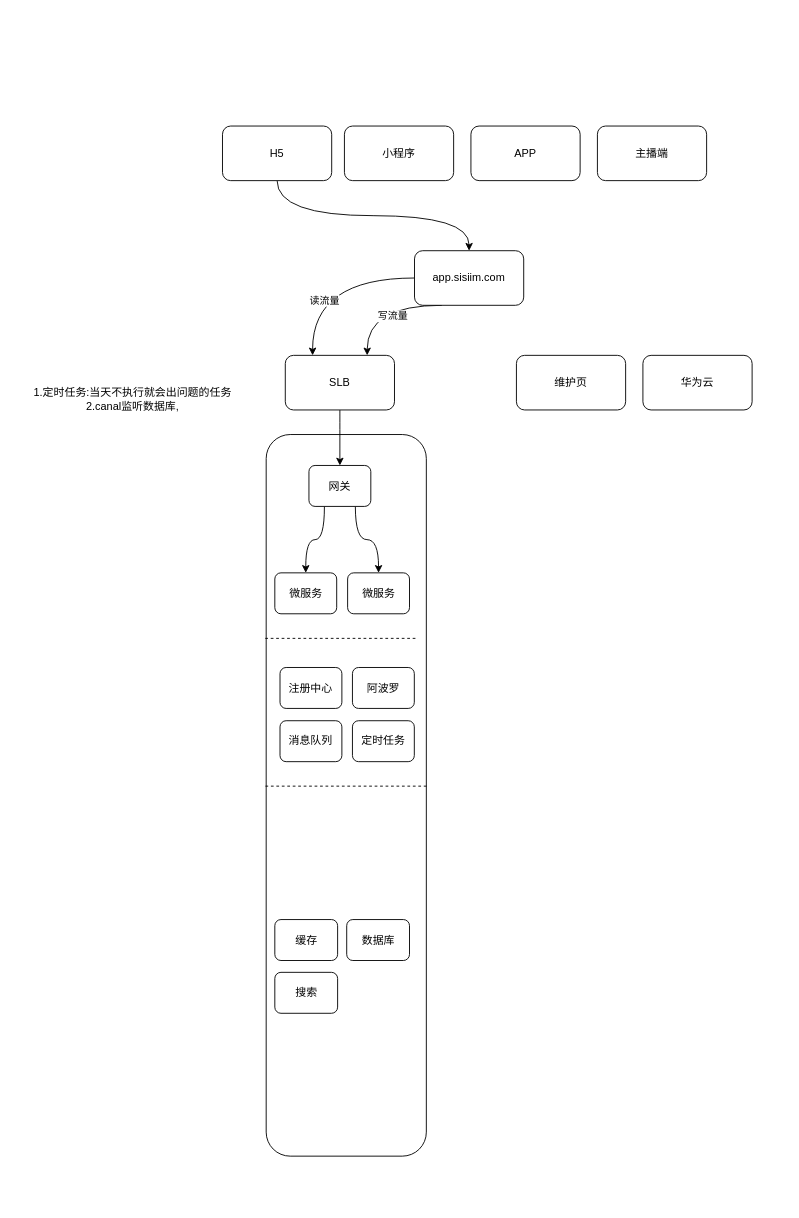
Above: 直播迁移实施方案.drawio in mingtian110/pc_home (draw.io), before the change. Source tidied: cells renumbered, new cells numbered last; positions are measured from the earlier drawing's top-left corner, leaving out a move shared by most shapes. Both pictures are drawn from the tidied source at 91%, with x=0, y=0 at pixel (15, 126).
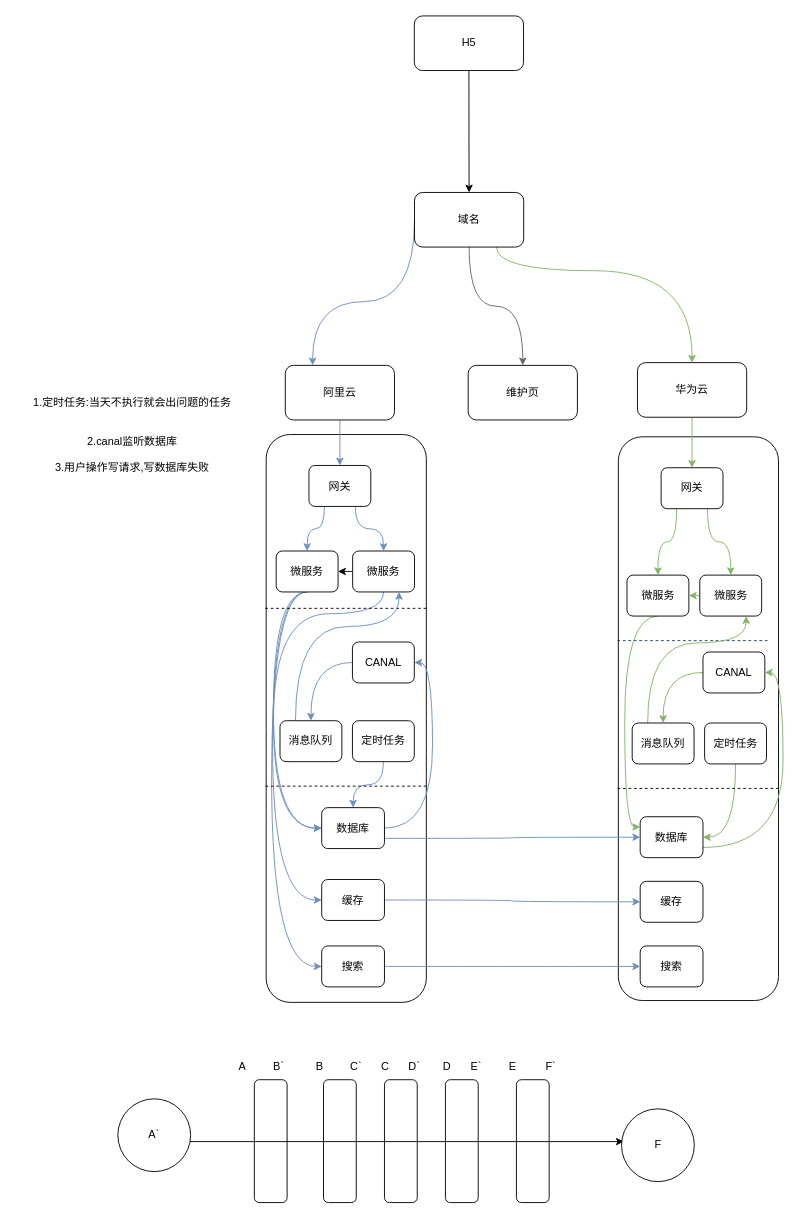
The same diagram, later.

Commit message (it also covers changes not shown here):
更新直播迁移实施方案.drawio

The change refers to these unchanged cells:
```xml
<mxCell id="21" value="网关" style="rounded=1;whiteSpace=wrap;html=1;" parent="1" vertex="1">
  <mxGeometry x="322" y="373" width="68" height="45" as="geometry" />
</mxCell>
<mxCell id="25" value="消息队列" style="rounded=1;whiteSpace=wrap;html=1;" parent="1" vertex="1">
  <mxGeometry x="290.2" y="653.5" width="68" height="45" as="geometry" />
</mxCell>
<mxCell id="26" value="&lt;span&gt;定时任务&lt;/span&gt;" style="rounded=1;whiteSpace=wrap;html=1;" parent="1" vertex="1">
  <mxGeometry x="369.8" y="653.5" width="68" height="45" as="geometry" />
</mxCell>
```

Diff of the diagram source:
```diff
@@
+    <mxCell id="32" style="rounded=1;whiteSpace=wrap;html=1;" parent="1" vertex="1">
+      <mxGeometry x="662" y="341.5" width="176" height="619.5" as="geometry" />
+    </mxCell>
     <mxCell id="2" style="rounded=1;whiteSpace=wrap;html=1;" parent="1" vertex="1">
-      <mxGeometry x="275" y="339" width="176" height="793" as="geometry" />
+      <mxGeometry x="275" y="339" width="176" height="624" as="geometry" />
     </mxCell>
-    <mxCell id="3" style="edgeStyle=orthogonalEdgeStyle;jettySize=auto;html=1;exitX=0;exitY=0.5;exitDx=0;exitDy=0;curved=1;entryX=0.25;entryY=0;entryDx=0;entryDy=0;" parent="1" edge="1" source="7" target="9">
-      <mxGeometry relative="1" as="geometry" />
+    <mxCell id="3" style="edgeStyle=orthogonalEdgeStyle;jettySize=auto;html=1;exitX=0;exitY=0.5;exitDx=0;exitDy=0;curved=1;entryX=0.25;entryY=0;entryDx=0;entryDy=0;fillColor=#dae8fc;strokeColor=#6c8ebf;" parent="1" edge="1" source="7" target="9">
+      <mxGeometry relative="1" as="geometry">
+        <Array as="points">
+          <mxPoint x="438" y="193" />
+          <mxPoint x="326" y="193" />
+        </Array>
+      </mxGeometry>
     </mxCell>
-    <mxCell id="4" value="读流量" style="edgeLabel;html=1;align=center;verticalAlign=middle;" parent="3" vertex="1">
-      <mxGeometry x="0.38" y="12" relative="1" as="geometry" />
-    </mxCell>
-    <mxCell id="5" style="edgeStyle=orthogonalEdgeStyle;curved=1;jettySize=auto;html=1;exitX=0.25;exitY=1;exitDx=0;exitDy=0;entryX=0.75;entryY=0;entryDx=0;entryDy=0;" parent="1" edge="1" source="7" target="9">
-      <mxGeometry relative="1" as="geometry">
-        <Array as="points">
-          <mxPoint x="386" y="197" />
-        </Array>
-      </mxGeometry>
-    </mxCell>
-    <mxCell id="6" value="写流量" style="edgeLabel;html=1;align=center;verticalAlign=middle;" parent="5" vertex="1">
-      <mxGeometry x="-0.19" y="11" relative="1" as="geometry" />
-    </mxCell>
+    <mxCell id="33" style="edgeStyle=orthogonalEdgeStyle;curved=1;jettySize=auto;html=1;exitX=0.5;exitY=1;exitDx=0;exitDy=0;entryX=0.5;entryY=0;entryDx=0;entryDy=0;fillColor=#f5f5f5;strokeColor=#666666;" parent="1" edge="1" source="7" target="10">
+      <mxGeometry relative="1" as="geometry" />
+    </mxCell>
+    <mxCell id="34" style="edgeStyle=orthogonalEdgeStyle;curved=1;jettySize=auto;html=1;exitX=0.75;exitY=1;exitDx=0;exitDy=0;entryX=0.5;entryY=0;entryDx=0;entryDy=0;fillColor=#d5e8d4;strokeColor=#82b366;" parent="1" edge="1" source="7" target="11">
+      <mxGeometry relative="1" as="geometry">
+        <Array as="points">
+          <mxPoint x="528" y="159" />
+          <mxPoint x="743" y="159" />
+        </Array>
+      </mxGeometry>
+    </mxCell>
-    <mxCell id="7" value="app.sisiim.com" style="rounded=1;whiteSpace=wrap;html=1;" parent="1" vertex="1">
-      <mxGeometry x="438" y="137" width="120" height="60" as="geometry" />
+    <mxCell id="7" value="域名" style="rounded=1;whiteSpace=wrap;html=1;" parent="1" vertex="1">
+      <mxGeometry x="438" y="73" width="120" height="60" as="geometry" />
     </mxCell>
-    <mxCell id="8" style="edgeStyle=orthogonalEdgeStyle;curved=1;jettySize=auto;html=1;exitX=0.5;exitY=1;exitDx=0;exitDy=0;" parent="1" edge="1" source="9" target="21">
+    <mxCell id="8" style="edgeStyle=orthogonalEdgeStyle;curved=1;jettySize=auto;html=1;exitX=0.5;exitY=1;exitDx=0;exitDy=0;fillColor=#dae8fc;strokeColor=#6c8ebf;" parent="1" edge="1" source="9" target="21">
       <mxGeometry relative="1" as="geometry" />
     </mxCell>
-    <mxCell id="9" value="SLB" style="rounded=1;whiteSpace=wrap;html=1;" parent="1" vertex="1">
-      <mxGeometry x="296" y="252" width="120" height="60" as="geometry" />
+    <mxCell id="9" value="阿里云" style="rounded=1;whiteSpace=wrap;html=1;" parent="1" vertex="1">
+      <mxGeometry x="296" y="263" width="120" height="60" as="geometry" />
     </mxCell>
     <mxCell id="10" value="维护页" style="rounded=1;whiteSpace=wrap;html=1;" parent="1" vertex="1">
-      <mxGeometry x="550" y="252" width="120" height="60" as="geometry" />
+      <mxGeometry x="497" y="263" width="120" height="60" as="geometry" />
     </mxCell>
+    <mxCell id="35" style="edgeStyle=orthogonalEdgeStyle;curved=1;jettySize=auto;html=1;exitX=0.5;exitY=1;exitDx=0;exitDy=0;entryX=0.5;entryY=0;entryDx=0;entryDy=0;fillColor=#d5e8d4;strokeColor=#82b366;" parent="1" edge="1" source="11" target="53">
+      <mxGeometry relative="1" as="geometry" />
+    </mxCell>
     <mxCell id="11" value="华为云" style="rounded=1;whiteSpace=wrap;html=1;" parent="1" vertex="1">
-      <mxGeometry x="689" y="252" width="120" height="60" as="geometry" />
+      <mxGeometry x="683" y="260" width="120" height="60" as="geometry" />
     </mxCell>
@@
     <mxCell id="13" value="H5" style="rounded=1;whiteSpace=wrap;html=1;" parent="1" vertex="1">
-      <mxGeometry x="227" width="120" height="60" as="geometry" />
+      <mxGeometry x="437.8" y="-121" width="120" height="60" as="geometry" />
     </mxCell>
-    <mxCell id="14" value="小程序" style="rounded=1;whiteSpace=wrap;html=1;" parent="1" vertex="1">
-      <mxGeometry x="361" width="120" height="60" as="geometry" />
-    </mxCell>
-    <mxCell id="15" value="APP" style="rounded=1;whiteSpace=wrap;html=1;" parent="1" vertex="1">
-      <mxGeometry x="500" width="120" height="60" as="geometry" />
-    </mxCell>
-    <mxCell id="16" value="主播端" style="rounded=1;whiteSpace=wrap;html=1;" parent="1" vertex="1">
-      <mxGeometry x="639" width="120" height="60" as="geometry" />
-    </mxCell>
+    <mxCell id="36" style="edgeStyle=orthogonalEdgeStyle;curved=1;jettySize=auto;html=1;exitX=0.5;exitY=1;exitDx=0;exitDy=0;entryX=0;entryY=0.5;entryDx=0;entryDy=0;fillColor=#dae8fc;strokeColor=#6c8ebf;" parent="1" edge="1" source="17" target="30">
+      <mxGeometry relative="1" as="geometry">
+        <Array as="points">
+          <mxPoint x="283" y="512" />
+          <mxPoint x="283" y="772" />
+        </Array>
+      </mxGeometry>
+    </mxCell>
+    <mxCell id="37" style="edgeStyle=orthogonalEdgeStyle;curved=1;jettySize=auto;html=1;exitX=0.5;exitY=1;exitDx=0;exitDy=0;entryX=0;entryY=0.5;entryDx=0;entryDy=0;strokeColor=#6c8ebf;fillColor=#dae8fc;" parent="1" edge="1" source="17" target="29">
+      <mxGeometry relative="1" as="geometry">
+        <Array as="points">
+          <mxPoint x="282" y="512" />
+          <mxPoint x="282" y="851" />
+        </Array>
+      </mxGeometry>
+    </mxCell>
+    <mxCell id="38" style="edgeStyle=orthogonalEdgeStyle;curved=1;jettySize=auto;html=1;exitX=0.5;exitY=1;exitDx=0;exitDy=0;entryX=0;entryY=0.5;entryDx=0;entryDy=0;strokeColor=#6c8ebf;fillColor=#dae8fc;" parent="1" edge="1" source="17" target="31">
+      <mxGeometry relative="1" as="geometry">
+        <Array as="points">
+          <mxPoint x="281" y="512" />
+          <mxPoint x="281" y="924" />
+        </Array>
+      </mxGeometry>
+    </mxCell>
     <mxCell id="17" value="微服务" style="rounded=1;whiteSpace=wrap;html=1;" parent="1" vertex="1">
-      <mxGeometry x="284.5" y="491" width="68" height="45" as="geometry" />
+      <mxGeometry x="286" y="467" width="68" height="45" as="geometry" />
     </mxCell>
+    <mxCell id="39" style="edgeStyle=orthogonalEdgeStyle;curved=1;jettySize=auto;html=1;exitX=0.5;exitY=1;exitDx=0;exitDy=0;entryX=0;entryY=0.5;entryDx=0;entryDy=0;fillColor=#dae8fc;strokeColor=#6c8ebf;" parent="1" edge="1" source="18" target="30">
+      <mxGeometry relative="1" as="geometry">
+        <Array as="points">
+          <mxPoint x="283" y="536" />
+          <mxPoint x="283" y="772" />
+        </Array>
+      </mxGeometry>
+    </mxCell>
+    <mxCell id="40" style="edgeStyle=orthogonalEdgeStyle;curved=1;jettySize=auto;html=1;exitX=0;exitY=0.5;exitDx=0;exitDy=0;entryX=1;entryY=0.5;entryDx=0;entryDy=0;" parent="1" edge="1" source="18" target="17">
+      <mxGeometry relative="1" as="geometry" />
+    </mxCell>
     <mxCell id="18" value="微服务" style="rounded=1;whiteSpace=wrap;html=1;" parent="1" vertex="1">
-      <mxGeometry x="364.5" y="491" width="68" height="45" as="geometry" />
+      <mxGeometry x="370" y="467" width="68" height="45" as="geometry" />
     </mxCell>
-    <mxCell id="19" style="edgeStyle=orthogonalEdgeStyle;curved=1;jettySize=auto;html=1;exitX=0.75;exitY=1;exitDx=0;exitDy=0;entryX=0.5;entryY=0;entryDx=0;entryDy=0;" parent="1" edge="1" source="21" target="18">
+    <mxCell id="19" style="edgeStyle=orthogonalEdgeStyle;curved=1;jettySize=auto;html=1;exitX=0.75;exitY=1;exitDx=0;exitDy=0;entryX=0.5;entryY=0;entryDx=0;entryDy=0;fillColor=#dae8fc;strokeColor=#6c8ebf;" parent="1" edge="1" source="21" target="18">
       <mxGeometry relative="1" as="geometry" />
     </mxCell>
-    <mxCell id="20" style="edgeStyle=orthogonalEdgeStyle;curved=1;jettySize=auto;html=1;exitX=0.25;exitY=1;exitDx=0;exitDy=0;entryX=0.5;entryY=0;entryDx=0;entryDy=0;" parent="1" edge="1" source="21" target="17">
+    <mxCell id="20" style="edgeStyle=orthogonalEdgeStyle;curved=1;jettySize=auto;html=1;exitX=0.25;exitY=1;exitDx=0;exitDy=0;entryX=0.5;entryY=0;entryDx=0;entryDy=0;fillColor=#dae8fc;strokeColor=#6c8ebf;" parent="1" edge="1" source="21" target="17">
       <mxGeometry relative="1" as="geometry" />
     </mxCell>
@@
     <mxCell id="22" style="endArrow=none;dashed=1;html=1;" parent="1" edge="1">
       <mxGeometry relative="1" as="geometry">
-        <mxPoint x="274" y="563" as="sourcePoint" />
-        <mxPoint x="441" y="563" as="targetPoint" />
+        <mxPoint x="274" y="530" as="sourcePoint" />
+        <mxPoint x="453" y="530" as="targetPoint" />
       </mxGeometry>
     </mxCell>
-    <mxCell id="23" value="注册中心" style="rounded=1;whiteSpace=wrap;html=1;" parent="1" vertex="1">
-      <mxGeometry x="290.2" y="595" width="68" height="45" as="geometry" />
-    </mxCell>
-    <mxCell id="24" value="阿波罗" style="rounded=1;whiteSpace=wrap;html=1;" parent="1" vertex="1">
-      <mxGeometry x="369.8" y="595" width="68" height="45" as="geometry" />
-    </mxCell>
+    <mxCell id="41" style="edgeStyle=orthogonalEdgeStyle;curved=1;jettySize=auto;html=1;exitX=0.25;exitY=0;exitDx=0;exitDy=0;entryX=0.75;entryY=1;entryDx=0;entryDy=0;fillColor=#dae8fc;strokeColor=#6c8ebf;" parent="1" edge="1" source="25" target="18">
+      <mxGeometry relative="1" as="geometry">
+        <Array as="points">
+          <mxPoint x="307" y="550" />
+          <mxPoint x="421" y="550" />
+        </Array>
+      </mxGeometry>
+    </mxCell>
@@
+    <mxCell id="42" style="edgeStyle=orthogonalEdgeStyle;curved=1;jettySize=auto;html=1;exitX=0.5;exitY=1;exitDx=0;exitDy=0;entryX=0.5;entryY=0;entryDx=0;entryDy=0;fillColor=#dae8fc;strokeColor=#6c8ebf;" parent="1" edge="1" source="26" target="30">
+      <mxGeometry relative="1" as="geometry" />
+    </mxCell>
@@
-    <mxCell id="28" value="1.定时任务:当天不执行就会出问题的任务&lt;br&gt;2.canal监听数据库," style="text;html=1;strokeColor=none;fillColor=none;align=center;verticalAlign=middle;whiteSpace=wrap;rounded=0;" parent="1" vertex="1">
-      <mxGeometry y="275" width="257" height="50" as="geometry" />
+    <mxCell id="28" value="1.定时任务:当天不执行就会出问题的任务&lt;br&gt;&lt;br&gt;&lt;br&gt;2.canal监听数据库&lt;br&gt;&lt;br&gt;3.用户操作写请求,写数据库失败&lt;br&gt;&lt;br&gt;" style="text;html=1;strokeColor=none;fillColor=none;align=center;verticalAlign=middle;whiteSpace=wrap;rounded=0;" parent="1" vertex="1">
+      <mxGeometry y="275" width="256" height="143" as="geometry" />
     </mxCell>
+    <mxCell id="43" style="edgeStyle=orthogonalEdgeStyle;curved=1;jettySize=auto;html=1;exitX=1;exitY=0.5;exitDx=0;exitDy=0;entryX=0;entryY=0.5;entryDx=0;entryDy=0;fillColor=#dae8fc;strokeColor=#6c8ebf;" parent="1" edge="1" source="29" target="60">
+      <mxGeometry relative="1" as="geometry" />
+    </mxCell>
     <mxCell id="29" value="缓存" style="rounded=1;whiteSpace=wrap;html=1;" parent="1" vertex="1">
-      <mxGeometry x="284.5" y="872" width="69" height="45" as="geometry" />
+      <mxGeometry x="336" y="828" width="69" height="45" as="geometry" />
     </mxCell>
+    <mxCell id="44" style="edgeStyle=orthogonalEdgeStyle;curved=1;jettySize=auto;html=1;exitX=1;exitY=0.5;exitDx=0;exitDy=0;entryX=1;entryY=0.5;entryDx=0;entryDy=0;fillColor=#dae8fc;strokeColor=#6c8ebf;" parent="1" edge="1" source="30" target="65">
+      <mxGeometry relative="1" as="geometry" />
+    </mxCell>
+    <mxCell id="45" style="edgeStyle=orthogonalEdgeStyle;curved=1;jettySize=auto;html=1;exitX=1;exitY=0.75;exitDx=0;exitDy=0;entryX=0;entryY=0.5;entryDx=0;entryDy=0;fillColor=#dae8fc;strokeColor=#6c8ebf;" parent="1" edge="1" source="30" target="62">
+      <mxGeometry relative="1" as="geometry" />
+    </mxCell>
     <mxCell id="30" value="数据库" style="rounded=1;whiteSpace=wrap;html=1;" parent="1" vertex="1">
-      <mxGeometry x="363.5" y="872" width="69" height="45" as="geometry" />
+      <mxGeometry x="336" y="749" width="69" height="45" as="geometry" />
     </mxCell>
+    <mxCell id="46" style="edgeStyle=orthogonalEdgeStyle;curved=1;jettySize=auto;html=1;exitX=1;exitY=0.5;exitDx=0;exitDy=0;entryX=0;entryY=0.5;entryDx=0;entryDy=0;fillColor=#dae8fc;strokeColor=#6c8ebf;" parent="1" edge="1" source="31" target="63">
+      <mxGeometry relative="1" as="geometry" />
+    </mxCell>
     <mxCell id="31" value="搜索" style="rounded=1;whiteSpace=wrap;html=1;" parent="1" vertex="1">
-      <mxGeometry x="284.5" y="930" width="69" height="45" as="geometry" />
+      <mxGeometry x="336" y="901" width="69" height="45" as="geometry" />
     </mxCell>
+    <mxCell id="47" style="edgeStyle=orthogonalEdgeStyle;curved=1;jettySize=auto;html=1;exitX=0.5;exitY=1;exitDx=0;exitDy=0;entryX=0;entryY=0.25;entryDx=0;entryDy=0;fillColor=#d5e8d4;strokeColor=#82b366;" parent="1" edge="1" source="48" target="62">
+      <mxGeometry relative="1" as="geometry">
+        <Array as="points">
+          <mxPoint x="669" y="539" />
+          <mxPoint x="669" y="770" />
+        </Array>
+      </mxGeometry>
+    </mxCell>
+    <mxCell id="48" value="微服务" style="rounded=1;whiteSpace=wrap;html=1;" parent="1" vertex="1">
+      <mxGeometry x="671.5" y="493.5" width="68" height="45" as="geometry" />
+    </mxCell>
+    <mxCell id="49" style="edgeStyle=orthogonalEdgeStyle;curved=1;jettySize=auto;html=1;exitX=0;exitY=0.5;exitDx=0;exitDy=0;entryX=1;entryY=0.5;entryDx=0;entryDy=0;fillColor=#d5e8d4;strokeColor=#82b366;" parent="1" edge="1" source="50" target="48">
+      <mxGeometry relative="1" as="geometry" />
+    </mxCell>
+    <mxCell id="50" value="微服务" style="rounded=1;whiteSpace=wrap;html=1;" parent="1" vertex="1">
+      <mxGeometry x="751.5" y="493.5" width="68" height="45" as="geometry" />
+    </mxCell>
+    <mxCell id="51" style="edgeStyle=orthogonalEdgeStyle;curved=1;jettySize=auto;html=1;exitX=0.75;exitY=1;exitDx=0;exitDy=0;entryX=0.5;entryY=0;entryDx=0;entryDy=0;fillColor=#d5e8d4;strokeColor=#82b366;" parent="1" edge="1" source="53" target="50">
+      <mxGeometry relative="1" as="geometry" />
+    </mxCell>
+    <mxCell id="52" style="edgeStyle=orthogonalEdgeStyle;curved=1;jettySize=auto;html=1;exitX=0.25;exitY=1;exitDx=0;exitDy=0;entryX=0.5;entryY=0;entryDx=0;entryDy=0;fillColor=#d5e8d4;strokeColor=#82b366;" parent="1" edge="1" source="53" target="48">
+      <mxGeometry relative="1" as="geometry" />
+    </mxCell>
+    <mxCell id="53" value="网关" style="rounded=1;whiteSpace=wrap;html=1;" parent="1" vertex="1">
+      <mxGeometry x="709" y="375.5" width="68" height="45" as="geometry" />
+    </mxCell>
+    <mxCell id="54" style="endArrow=none;dashed=1;html=1;fillColor=#d5e8d4;strokeColor=#1D3557;" parent="1" edge="1">
+      <mxGeometry relative="1" as="geometry">
+        <mxPoint x="661" y="565.5" as="sourcePoint" />
+        <mxPoint x="828" y="565.5" as="targetPoint" />
+      </mxGeometry>
+    </mxCell>
+    <mxCell id="55" style="edgeStyle=orthogonalEdgeStyle;curved=1;jettySize=auto;html=1;exitX=0.25;exitY=0;exitDx=0;exitDy=0;entryX=0.75;entryY=1;entryDx=0;entryDy=0;fillColor=#d5e8d4;strokeColor=#82b366;" parent="1" edge="1" source="56" target="50">
+      <mxGeometry relative="1" as="geometry">
+        <Array as="points">
+          <mxPoint x="694" y="568" />
+          <mxPoint x="803" y="568" />
+        </Array>
+      </mxGeometry>
+    </mxCell>
+    <mxCell id="56" value="消息队列" style="rounded=1;whiteSpace=wrap;html=1;" parent="1" vertex="1">
+      <mxGeometry x="677.2" y="656" width="68" height="45" as="geometry" />
+    </mxCell>
+    <mxCell id="57" style="edgeStyle=orthogonalEdgeStyle;curved=1;jettySize=auto;html=1;exitX=0.5;exitY=1;exitDx=0;exitDy=0;entryX=1;entryY=0.5;entryDx=0;entryDy=0;fillColor=#d5e8d4;strokeColor=#82b366;" parent="1" edge="1" source="58" target="62">
+      <mxGeometry relative="1" as="geometry" />
+    </mxCell>
+    <mxCell id="58" value="&lt;span&gt;定时任务&lt;/span&gt;" style="rounded=1;whiteSpace=wrap;html=1;" parent="1" vertex="1">
+      <mxGeometry x="756.8" y="656" width="68" height="45" as="geometry" />
+    </mxCell>
+    <mxCell id="59" style="endArrow=none;dashed=1;html=1;entryX=1;entryY=0.399;entryDx=0;entryDy=0;entryPerimeter=0;exitX=-0.01;exitY=0.399;exitDx=0;exitDy=0;exitPerimeter=0;" parent="1" edge="1">
+      <mxGeometry relative="1" as="geometry">
+        <mxPoint x="661.2" y="727.9" as="sourcePoint" />
+        <mxPoint x="839" y="727.9" as="targetPoint" />
+      </mxGeometry>
+    </mxCell>
+    <mxCell id="60" value="缓存" style="rounded=1;whiteSpace=wrap;html=1;" parent="1" vertex="1">
+      <mxGeometry x="686" y="830" width="69" height="45" as="geometry" />
+    </mxCell>
+    <mxCell id="61" style="edgeStyle=orthogonalEdgeStyle;curved=1;jettySize=auto;html=1;exitX=1;exitY=0.75;exitDx=0;exitDy=0;entryX=1;entryY=0.5;entryDx=0;entryDy=0;fillColor=#d5e8d4;strokeColor=#82b366;" parent="1" edge="1" source="62" target="85">
+      <mxGeometry relative="1" as="geometry" />
+    </mxCell>
+    <mxCell id="62" value="数据库" style="rounded=1;whiteSpace=wrap;html=1;" parent="1" vertex="1">
+      <mxGeometry x="686" y="759" width="69" height="45" as="geometry" />
+    </mxCell>
+    <mxCell id="63" value="搜索" style="rounded=1;whiteSpace=wrap;html=1;" parent="1" vertex="1">
+      <mxGeometry x="686" y="901" width="69" height="45" as="geometry" />
+    </mxCell>
+    <mxCell id="64" style="edgeStyle=orthogonalEdgeStyle;curved=1;jettySize=auto;html=1;exitX=0;exitY=0.5;exitDx=0;exitDy=0;fillColor=#dae8fc;strokeColor=#6c8ebf;" parent="1" edge="1" source="65" target="25">
+      <mxGeometry relative="1" as="geometry" />
+    </mxCell>
+    <mxCell id="65" value="CANAL" style="rounded=1;whiteSpace=wrap;html=1;" parent="1" vertex="1">
+      <mxGeometry x="369.8" y="567" width="68" height="45" as="geometry" />
+    </mxCell>
+    <mxCell id="66" style="rounded=1;whiteSpace=wrap;html=1;" parent="1" vertex="1">
+      <mxGeometry x="262" y="1048" width="36" height="135" as="geometry" />
+    </mxCell>
+    <mxCell id="67" style="rounded=1;whiteSpace=wrap;html=1;" parent="1" vertex="1">
+      <mxGeometry x="338" y="1048" width="36" height="135" as="geometry" />
+    </mxCell>
+    <mxCell id="68" style="rounded=1;whiteSpace=wrap;html=1;" parent="1" vertex="1">
+      <mxGeometry x="405" y="1048" width="36" height="135" as="geometry" />
+    </mxCell>
+    <mxCell id="69" style="rounded=1;whiteSpace=wrap;html=1;" parent="1" vertex="1">
+      <mxGeometry x="472" y="1048" width="36" height="135" as="geometry" />
+    </mxCell>
+    <mxCell id="70" style="rounded=1;whiteSpace=wrap;html=1;" parent="1" vertex="1">
+      <mxGeometry x="550" y="1048" width="36" height="135" as="geometry" />
+    </mxCell>
+    <mxCell id="71" style="endArrow=classic;html=1;" parent="1" edge="1">
+      <mxGeometry relative="1" as="geometry">
+        <mxPoint x="188" y="1116" as="sourcePoint" />
+        <mxPoint x="668" y="1116" as="targetPoint" />
+      </mxGeometry>
+    </mxCell>
+    <mxCell id="72" value="A" style="text;html=1;strokeColor=none;fillColor=none;align=center;verticalAlign=middle;whiteSpace=wrap;rounded=0;" parent="1" vertex="1">
+      <mxGeometry x="229" y="1024" width="40" height="20" as="geometry" />
+    </mxCell>
+    <mxCell id="73" value="B`" style="text;html=1;strokeColor=none;fillColor=none;align=center;verticalAlign=middle;whiteSpace=wrap;rounded=0;" parent="1" vertex="1">
+      <mxGeometry x="269" y="1024" width="40" height="20" as="geometry" />
+    </mxCell>
+    <mxCell id="74" value="B" style="text;html=1;strokeColor=none;fillColor=none;align=center;verticalAlign=middle;whiteSpace=wrap;rounded=0;" parent="1" vertex="1">
+      <mxGeometry x="314" y="1024" width="40" height="20" as="geometry" />
+    </mxCell>
+    <mxCell id="75" value="C`" style="text;html=1;strokeColor=none;fillColor=none;align=center;verticalAlign=middle;whiteSpace=wrap;rounded=0;" parent="1" vertex="1">
+      <mxGeometry x="354" y="1024" width="40" height="20" as="geometry" />
+    </mxCell>
+    <mxCell id="76" value="C" style="text;html=1;strokeColor=none;fillColor=none;align=center;verticalAlign=middle;whiteSpace=wrap;rounded=0;" parent="1" vertex="1">
+      <mxGeometry x="386" y="1024" width="40" height="20" as="geometry" />
+    </mxCell>
+    <mxCell id="77" value="D`" style="text;html=1;strokeColor=none;fillColor=none;align=center;verticalAlign=middle;whiteSpace=wrap;rounded=0;" parent="1" vertex="1">
+      <mxGeometry x="418" y="1024" width="40" height="20" as="geometry" />
+    </mxCell>
+    <mxCell id="78" value="D" style="text;html=1;strokeColor=none;fillColor=none;align=center;verticalAlign=middle;whiteSpace=wrap;rounded=0;" parent="1" vertex="1">
+      <mxGeometry x="454" y="1024" width="40" height="20" as="geometry" />
+    </mxCell>
+    <mxCell id="79" value="E`" style="text;html=1;strokeColor=none;fillColor=none;align=center;verticalAlign=middle;whiteSpace=wrap;rounded=0;" parent="1" vertex="1">
+      <mxGeometry x="486" y="1024" width="40" height="20" as="geometry" />
+    </mxCell>
+    <mxCell id="80" value="E" style="text;html=1;strokeColor=none;fillColor=none;align=center;verticalAlign=middle;whiteSpace=wrap;rounded=0;" parent="1" vertex="1">
+      <mxGeometry x="526" y="1024" width="40" height="20" as="geometry" />
+    </mxCell>
+    <mxCell id="81" value="F`" style="text;html=1;strokeColor=none;fillColor=none;align=center;verticalAlign=middle;whiteSpace=wrap;rounded=0;" parent="1" vertex="1">
+      <mxGeometry x="568" y="1024" width="40" height="20" as="geometry" />
+    </mxCell>
+    <mxCell id="82" value="A`" style="ellipse;whiteSpace=wrap;html=1;" parent="1" vertex="1">
+      <mxGeometry x="112" y="1069" width="80" height="80" as="geometry" />
+    </mxCell>
+    <mxCell id="83" value="F" style="ellipse;whiteSpace=wrap;html=1;" parent="1" vertex="1">
+      <mxGeometry x="665.5" y="1080" width="80" height="80" as="geometry" />
+    </mxCell>
+    <mxCell id="84" style="edgeStyle=orthogonalEdgeStyle;curved=1;jettySize=auto;html=1;exitX=0;exitY=0.5;exitDx=0;exitDy=0;entryX=0.5;entryY=0;entryDx=0;entryDy=0;fillColor=#d5e8d4;strokeColor=#82b366;" parent="1" edge="1" source="85" target="56">
+      <mxGeometry relative="1" as="geometry" />
+    </mxCell>
+    <mxCell id="85" value="CANAL" style="rounded=1;whiteSpace=wrap;html=1;" parent="1" vertex="1">
+      <mxGeometry x="755" y="578" width="68" height="45" as="geometry" />
+    </mxCell>
```
